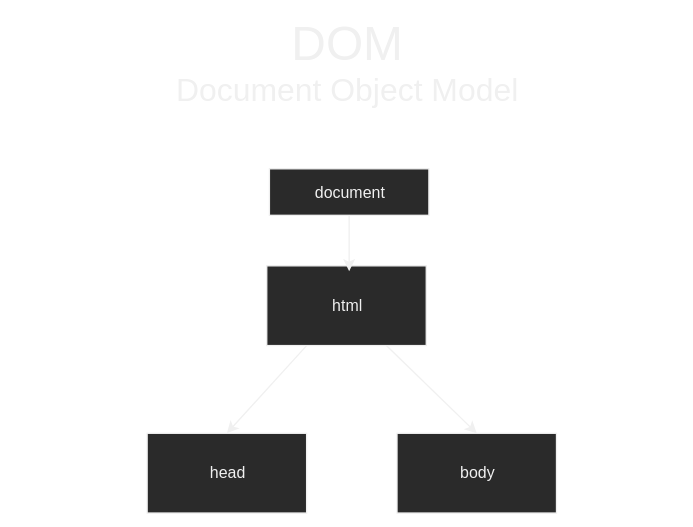
The draw.io diagram diagrams/DOM.svg in LuciaDuarte/drawio, before a commit. Source tidied: cells renumbered, new cells last; positions are measured from the earlier drawing's top-left corner, leaving out a move shared by most shapes.
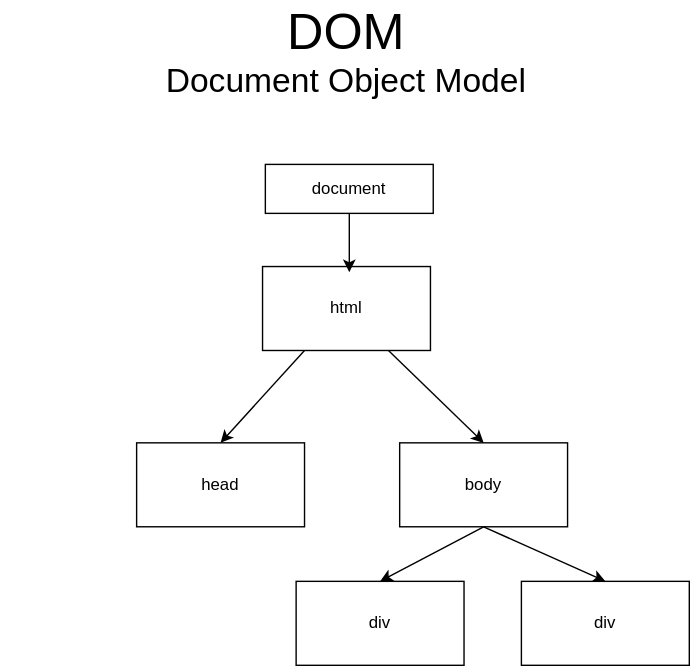
Later version of the same file.

The edit, as a diff of the source:
```diff
@@ -1,32 +1,46 @@
-<mxGraphModel>
+<mxGraphModel background="#ffffff">
   <root>
     <mxCell id="0" />
     <mxCell id="1" parent="0" />
-    <mxCell id="2" value="&lt;font&gt;&lt;span style=&quot;font-size: 36px&quot;&gt;DOM&lt;/span&gt;&lt;br&gt;&lt;font style=&quot;font-size: 24px&quot;&gt;Document Object Model&lt;/font&gt;&lt;/font&gt;" style="text;html=1;strokeColor=none;fillColor=none;align=center;verticalAlign=middle;whiteSpace=wrap;rounded=0;" parent="1" vertex="1">
+    <mxCell id="2" value="&lt;font color=&quot;#000000&quot;&gt;&lt;span style=&quot;font-size: 36px&quot;&gt;DOM&lt;/span&gt;&lt;br&gt;&lt;font style=&quot;font-size: 24px&quot;&gt;Document Object Model&lt;/font&gt;&lt;/font&gt;" style="text;html=1;strokeColor=none;fillColor=none;align=center;verticalAlign=middle;whiteSpace=wrap;rounded=0;" parent="1" vertex="1">
       <mxGeometry width="494" height="20" as="geometry" />
     </mxCell>
-    <mxCell id="3" value="document" style="rounded=0;whiteSpace=wrap;html=1;" parent="1" vertex="1">
+    <mxCell id="3" value="&lt;font color=&quot;#000000&quot;&gt;document&lt;/font&gt;" style="rounded=0;whiteSpace=wrap;html=1;fillColor=none;strokeColor=#000000;" parent="1" vertex="1">
       <mxGeometry x="189" y="91" width="120" height="35" as="geometry" />
     </mxCell>
-    <mxCell id="4" value="html" style="rounded=0;whiteSpace=wrap;html=1;" parent="1" vertex="1">
+    <mxCell id="4" value="&lt;font color=&quot;#000000&quot;&gt;html&lt;/font&gt;" style="rounded=0;whiteSpace=wrap;html=1;fillColor=none;strokeColor=#000000;" parent="1" vertex="1">
       <mxGeometry x="187" y="164" width="120" height="60" as="geometry" />
     </mxCell>
-    <mxCell id="5" value="head" style="rounded=0;whiteSpace=wrap;html=1;" parent="1" vertex="1">
+    <mxCell id="5" value="&lt;font color=&quot;#000000&quot;&gt;head&lt;/font&gt;" style="rounded=0;whiteSpace=wrap;html=1;fillColor=none;strokeColor=#000000;" parent="1" vertex="1">
       <mxGeometry x="97" y="290" width="120" height="60" as="geometry" />
     </mxCell>
+    <mxCell id="10" style="rounded=0;jettySize=auto;html=1;entryX=0.5;entryY=0;entryDx=0;entryDy=0;exitX=0.5;exitY=1;exitDx=0;exitDy=0;strokeColor=#000000;" parent="1" edge="1" source="6" target="11">
+      <mxGeometry relative="1" as="geometry" />
+    </mxCell>
-    <mxCell id="6" value="body" style="rounded=0;whiteSpace=wrap;html=1;" parent="1" vertex="1">
+    <mxCell id="6" value="&lt;font color=&quot;#000000&quot;&gt;body&lt;/font&gt;" style="rounded=0;whiteSpace=wrap;html=1;fillColor=none;strokeColor=#000000;" parent="1" vertex="1">
       <mxGeometry x="285" y="290" width="120" height="60" as="geometry" />
     </mxCell>
-    <mxCell id="7" style="endArrow=classic;html=1;exitX=0.5;exitY=1;exitDx=0;exitDy=0;" parent="1" edge="1" source="3">
+    <mxCell id="7" style="endArrow=classic;html=1;exitX=0.5;exitY=1;exitDx=0;exitDy=0;strokeColor=#000000;" parent="1" edge="1" source="3">
       <mxGeometry relative="1" as="geometry">
         <mxPoint x="249" y="168" as="targetPoint" />
       </mxGeometry>
     </mxCell>
-    <mxCell id="8" style="endArrow=classic;html=1;exitX=0.25;exitY=1;exitDx=0;exitDy=0;entryX=0.5;entryY=0;entryDx=0;entryDy=0;" parent="1" edge="1" source="4" target="5">
+    <mxCell id="8" style="endArrow=classic;html=1;exitX=0.25;exitY=1;exitDx=0;exitDy=0;entryX=0.5;entryY=0;entryDx=0;entryDy=0;strokeColor=#000000;" parent="1" edge="1" source="4" target="5">
       <mxGeometry relative="1" as="geometry" />
     </mxCell>
-    <mxCell id="9" style="endArrow=classic;html=1;exitX=0.75;exitY=1;exitDx=0;exitDy=0;entryX=0.5;entryY=0;entryDx=0;entryDy=0;" parent="1" edge="1" source="4" target="6">
+    <mxCell id="9" style="endArrow=classic;html=1;exitX=0.75;exitY=1;exitDx=0;exitDy=0;entryX=0.5;entryY=0;entryDx=0;entryDy=0;strokeColor=#000000;" parent="1" edge="1" source="4" target="6">
       <mxGeometry relative="1" as="geometry" />
     </mxCell>
+    <mxCell id="11" value="&lt;font color=&quot;#000000&quot;&gt;div&lt;/font&gt;" style="rounded=0;whiteSpace=wrap;html=1;fillColor=none;strokeColor=#000000;" parent="1" vertex="1">
+      <mxGeometry x="211" y="389" width="120" height="60" as="geometry" />
+    </mxCell>
+    <mxCell id="12" value="&lt;font color=&quot;#000000&quot;&gt;div&lt;/font&gt;" style="rounded=0;whiteSpace=wrap;html=1;fillColor=none;strokeColor=#000000;" parent="1" vertex="1">
+      <mxGeometry x="372" y="389" width="120" height="60" as="geometry" />
+    </mxCell>
+    <mxCell id="13" style="endArrow=classic;html=1;entryX=0.5;entryY=0;entryDx=0;entryDy=0;strokeColor=#000000;" parent="1" edge="1" target="12">
+      <mxGeometry relative="1" as="geometry">
+        <mxPoint x="345" y="350" as="sourcePoint" />
+      </mxGeometry>
+    </mxCell>
   </root>
 </mxGraphModel>
```
